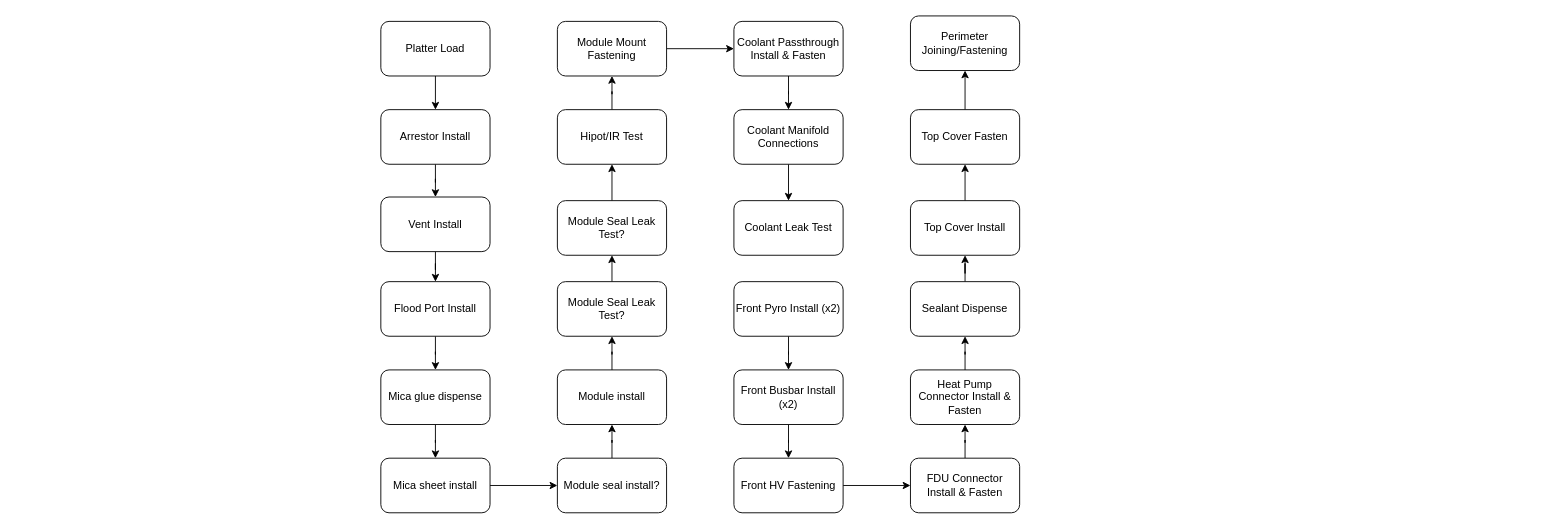
Earlier version of the draw.io diagram Untitled Diagram.drawio (benpmay24/Process_Diagrams). Source tidied: cells renumbered, new cells numbered last; positions are measured from the earlier drawing's top-left corner, leaving out a move shared by most shapes. Both pictures are drawn from the tidied source at 91%, with x=0, y=0 at pixel (380, 15).
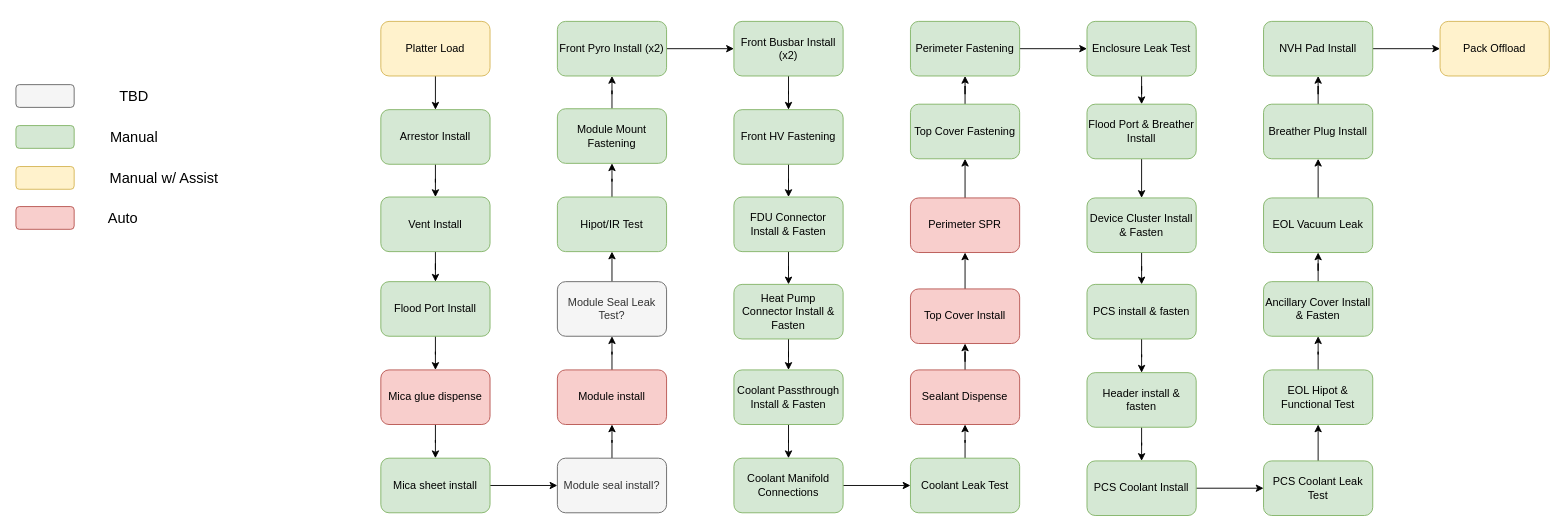
Above is the later version.

Change to the diagram source:
```diff
@@
-    <mxCell id="3" value="Platter Load" style="rounded=1;whiteSpace=wrap;html=1;" parent="1" vertex="1">
+    <mxCell id="3" value="Platter Load" style="rounded=1;whiteSpace=wrap;html=1;fillColor=#fff2cc;strokeColor=#d6b656;" parent="1" vertex="1">
       <mxGeometry y="6" width="120" height="60" as="geometry" />
     </mxCell>
@@
-    <mxCell id="5" value="Arrestor Install" style="rounded=1;whiteSpace=wrap;html=1;" parent="1" vertex="1">
+    <mxCell id="5" value="Arrestor Install" style="rounded=1;whiteSpace=wrap;html=1;fillColor=#d5e8d4;strokeColor=#82b366;" parent="1" vertex="1">
       <mxGeometry y="103" width="120" height="60" as="geometry" />
     </mxCell>
@@
-    <mxCell id="7" value="Vent Install" style="rounded=1;whiteSpace=wrap;html=1;" parent="1" vertex="1">
+    <mxCell id="7" value="Vent Install" style="rounded=1;whiteSpace=wrap;html=1;fillColor=#d5e8d4;strokeColor=#82b366;" parent="1" vertex="1">
       <mxGeometry y="199" width="120" height="60" as="geometry" />
     </mxCell>
@@
-    <mxCell id="9" value="Flood Port Install" style="rounded=1;whiteSpace=wrap;html=1;" parent="1" vertex="1">
+    <mxCell id="9" value="Flood Port Install" style="rounded=1;whiteSpace=wrap;html=1;fillColor=#d5e8d4;strokeColor=#82b366;" parent="1" vertex="1">
       <mxGeometry y="292" width="120" height="60" as="geometry" />
     </mxCell>
@@
-    <mxCell id="11" value="Mica glue dispense" style="rounded=1;whiteSpace=wrap;html=1;" parent="1" vertex="1">
+    <mxCell id="11" value="Mica glue dispense" style="rounded=1;whiteSpace=wrap;html=1;fillColor=#f8cecc;strokeColor=#b85450;" parent="1" vertex="1">
       <mxGeometry y="389" width="120" height="60" as="geometry" />
     </mxCell>
@@
-    <mxCell id="13" value="Mica sheet install" style="rounded=1;whiteSpace=wrap;html=1;" parent="1" vertex="1">
+    <mxCell id="13" value="Mica sheet install" style="rounded=1;whiteSpace=wrap;html=1;fillColor=#d5e8d4;strokeColor=#82b366;" parent="1" vertex="1">
       <mxGeometry y="486" width="120" height="60" as="geometry" />
     </mxCell>
@@
-    <mxCell id="15" value="Module seal install?" style="rounded=1;whiteSpace=wrap;html=1;" parent="1" vertex="1">
+    <mxCell id="15" value="Module seal install?" style="rounded=1;whiteSpace=wrap;html=1;fillColor=#f5f5f5;fontColor=#333333;strokeColor=#666666;" parent="1" vertex="1">
       <mxGeometry x="194" y="486" width="120" height="60" as="geometry" />
     </mxCell>
@@
-    <mxCell id="17" value="Module install" style="rounded=1;whiteSpace=wrap;html=1;" parent="1" vertex="1">
+    <mxCell id="17" value="Module install" style="rounded=1;whiteSpace=wrap;html=1;fillColor=#f8cecc;strokeColor=#b85450;" parent="1" vertex="1">
       <mxGeometry x="194" y="389" width="120" height="60" as="geometry" />
     </mxCell>
-    <mxCell id="18" style="edgeStyle=orthogonalEdgeStyle;rounded=0;jettySize=auto;html=1;" parent="1" edge="1" source="19" target="36">
-      <mxGeometry relative="1" as="geometry" />
-    </mxCell>
+    <mxCell id="48" style="edgeStyle=orthogonalEdgeStyle;rounded=0;jettySize=auto;html=1;" parent="1" edge="1" source="19" target="30">
+      <mxGeometry relative="1" as="geometry" />
+    </mxCell>
-    <mxCell id="19" value="Module Mount Fastening" style="rounded=1;whiteSpace=wrap;html=1;" parent="1" vertex="1">
-      <mxGeometry x="194" y="6" width="120" height="60" as="geometry" />
+    <mxCell id="19" value="Module Mount Fastening" style="rounded=1;whiteSpace=wrap;html=1;fillColor=#d5e8d4;strokeColor=#82b366;" parent="1" vertex="1">
+      <mxGeometry x="194" y="102" width="120" height="60" as="geometry" />
     </mxCell>
@@
-    <mxCell id="21" value="Coolant Manifold Connections" style="rounded=1;whiteSpace=wrap;html=1;" parent="1" vertex="1">
-      <mxGeometry x="388" y="103" width="120" height="60" as="geometry" />
+    <mxCell id="21" value="Coolant Manifold Connections" style="rounded=1;whiteSpace=wrap;html=1;fillColor=#d5e8d4;strokeColor=#82b366;" parent="1" vertex="1">
+      <mxGeometry x="388" y="486" width="120" height="60" as="geometry" />
     </mxCell>
-    <mxCell id="22" style="edgeStyle=orthogonalEdgeStyle;rounded=0;jettySize=auto;html=1;exitX=0.5;exitY=0;exitDx=0;exitDy=0;entryX=0.5;entryY=1;entryDx=0;entryDy=0;" parent="1" edge="1" source="23" target="25">
+    <mxCell id="22" style="edgeStyle=orthogonalEdgeStyle;rounded=0;jettySize=auto;html=1;exitX=0.5;exitY=0;exitDx=0;exitDy=0;entryX=0.5;entryY=1;entryDx=0;entryDy=0;" parent="1" edge="1" source="23" target="27">
       <mxGeometry relative="1" as="geometry" />
     </mxCell>
-    <mxCell id="23" value="Module Seal Leak Test?" style="rounded=1;whiteSpace=wrap;html=1;" parent="1" vertex="1">
+    <mxCell id="23" value="Module Seal Leak Test?" style="rounded=1;whiteSpace=wrap;html=1;fillColor=#f5f5f5;fontColor=#333333;strokeColor=#666666;" parent="1" vertex="1">
       <mxGeometry x="194" y="292" width="120" height="60" as="geometry" />
     </mxCell>
-    <mxCell id="24" style="edgeStyle=orthogonalEdgeStyle;rounded=0;jettySize=auto;html=1;" parent="1" edge="1" source="25" target="27">
-      <mxGeometry relative="1" as="geometry" />
-    </mxCell>
-    <mxCell id="25" value="Module Seal Leak Test?" style="rounded=1;whiteSpace=wrap;html=1;" parent="1" vertex="1">
-      <mxGeometry x="194" y="203" width="120" height="60" as="geometry" />
-    </mxCell>
@@
-    <mxCell id="27" value="Hipot/IR Test" style="rounded=1;whiteSpace=wrap;html=1;" parent="1" vertex="1">
-      <mxGeometry x="194" y="103" width="120" height="60" as="geometry" />
+    <mxCell id="27" value="Hipot/IR Test" style="rounded=1;whiteSpace=wrap;html=1;fillColor=#d5e8d4;strokeColor=#82b366;" parent="1" vertex="1">
+      <mxGeometry x="194" y="199" width="120" height="60" as="geometry" />
     </mxCell>
+    <mxCell id="49" style="edgeStyle=orthogonalEdgeStyle;rounded=0;jettySize=auto;html=1;" parent="1" edge="1" source="28" target="42">
+      <mxGeometry relative="1" as="geometry" />
+    </mxCell>
-    <mxCell id="28" value="Coolant Leak Test" style="rounded=1;whiteSpace=wrap;html=1;" parent="1" vertex="1">
-      <mxGeometry x="388" y="203" width="120" height="60" as="geometry" />
+    <mxCell id="28" value="Coolant Leak Test" style="rounded=1;whiteSpace=wrap;html=1;fillColor=#d5e8d4;strokeColor=#82b366;" parent="1" vertex="1">
+      <mxGeometry x="582" y="486" width="120" height="60" as="geometry" />
     </mxCell>
@@
-    <mxCell id="30" value="Front Pyro Install (x2)" style="rounded=1;whiteSpace=wrap;html=1;" parent="1" vertex="1">
-      <mxGeometry x="388" y="292" width="120" height="60" as="geometry" />
+    <mxCell id="30" value="Front Pyro Install (x2)" style="rounded=1;whiteSpace=wrap;html=1;fillColor=#d5e8d4;strokeColor=#82b366;" parent="1" vertex="1">
+      <mxGeometry x="194" y="6" width="120" height="60" as="geometry" />
     </mxCell>
@@
-    <mxCell id="32" value="Front Busbar Install (x2)" style="rounded=1;whiteSpace=wrap;html=1;" parent="1" vertex="1">
-      <mxGeometry x="388" y="389" width="120" height="60" as="geometry" />
+    <mxCell id="32" value="Front Busbar Install (x2)" style="rounded=1;whiteSpace=wrap;html=1;fillColor=#d5e8d4;strokeColor=#82b366;" parent="1" vertex="1">
+      <mxGeometry x="388" y="6" width="120" height="60" as="geometry" />
     </mxCell>
@@
-    <mxCell id="34" value="Front HV Fastening" style="rounded=1;whiteSpace=wrap;html=1;" parent="1" vertex="1">
-      <mxGeometry x="388" y="486" width="120" height="60" as="geometry" />
+    <mxCell id="34" value="Front HV Fastening" style="rounded=1;whiteSpace=wrap;html=1;fillColor=#d5e8d4;strokeColor=#82b366;" parent="1" vertex="1">
+      <mxGeometry x="388" y="103" width="120" height="60" as="geometry" />
     </mxCell>
@@
-    <mxCell id="36" value="Coolant Passthrough Install &amp;amp; Fasten" style="rounded=1;whiteSpace=wrap;html=1;" parent="1" vertex="1">
-      <mxGeometry x="388" y="6" width="120" height="60" as="geometry" />
+    <mxCell id="36" value="Coolant Passthrough Install &amp;amp; Fasten" style="rounded=1;whiteSpace=wrap;html=1;fillColor=#d5e8d4;strokeColor=#82b366;" parent="1" vertex="1">
+      <mxGeometry x="388" y="389" width="120" height="60" as="geometry" />
     </mxCell>
@@
-    <mxCell id="38" value="FDU Connector Install &amp;amp; Fasten" style="rounded=1;whiteSpace=wrap;html=1;flipV=0;flipH=1;direction=west;" parent="1" vertex="1">
-      <mxGeometry x="582" y="486" width="120" height="60" as="geometry" />
+    <mxCell id="38" value="FDU Connector Install &amp;amp; Fasten" style="rounded=1;whiteSpace=wrap;html=1;flipV=0;flipH=1;direction=west;fillColor=#d5e8d4;strokeColor=#82b366;" parent="1" vertex="1">
+      <mxGeometry x="388" y="199" width="120" height="60" as="geometry" />
     </mxCell>
-    <mxCell id="39" style="edgeStyle=orthogonalEdgeStyle;rounded=0;jettySize=auto;html=1;" parent="1" edge="1" source="40" target="42">
-      <mxGeometry relative="1" as="geometry" />
-    </mxCell>
+    <mxCell id="50" style="edgeStyle=orthogonalEdgeStyle;rounded=0;jettySize=auto;html=1;" parent="1" edge="1" source="40" target="36">
+      <mxGeometry relative="1" as="geometry" />
+    </mxCell>
-    <mxCell id="40" value="Heat Pump Connector Install &amp;amp; Fasten" style="rounded=1;whiteSpace=wrap;html=1;flipV=0;flipH=1;direction=west;" parent="1" vertex="1">
-      <mxGeometry x="582" y="389" width="120" height="60" as="geometry" />
+    <mxCell id="40" value="Heat Pump Connector Install &amp;amp; Fasten" style="rounded=1;whiteSpace=wrap;html=1;flipV=0;flipH=1;direction=west;fillColor=#d5e8d4;strokeColor=#82b366;" parent="1" vertex="1">
+      <mxGeometry x="388" y="295" width="120" height="60" as="geometry" />
     </mxCell>
@@
-    <mxCell id="42" value="Sealant Dispense" style="rounded=1;whiteSpace=wrap;html=1;flipV=0;flipH=1;direction=west;" parent="1" vertex="1">
-      <mxGeometry x="582" y="292" width="120" height="60" as="geometry" />
+    <mxCell id="42" value="Sealant Dispense" style="rounded=1;whiteSpace=wrap;html=1;flipV=0;flipH=1;direction=west;fillColor=#f8cecc;strokeColor=#b85450;" parent="1" vertex="1">
+      <mxGeometry x="582" y="389" width="120" height="60" as="geometry" />
     </mxCell>
@@
-    <mxCell id="44" value="Top Cover Install" style="rounded=1;whiteSpace=wrap;html=1;flipV=0;flipH=1;direction=west;" parent="1" vertex="1">
-      <mxGeometry x="582" y="203" width="120" height="60" as="geometry" />
+    <mxCell id="44" value="Top Cover Install" style="rounded=1;whiteSpace=wrap;html=1;flipV=0;flipH=1;direction=west;fillColor=#f8cecc;strokeColor=#b85450;" parent="1" vertex="1">
+      <mxGeometry x="582" y="300" width="120" height="60" as="geometry" />
     </mxCell>
@@
-    <mxCell id="46" value="Top Cover Fasten" style="rounded=1;whiteSpace=wrap;html=1;flipV=0;flipH=1;direction=west;" parent="1" vertex="1">
-      <mxGeometry x="582" y="103" width="120" height="60" as="geometry" />
+    <mxCell id="46" value="Perimeter SPR" style="rounded=1;whiteSpace=wrap;html=1;flipV=0;flipH=1;direction=west;fillColor=#f8cecc;strokeColor=#b85450;" parent="1" vertex="1">
+      <mxGeometry x="582" y="200" width="120" height="60" as="geometry" />
     </mxCell>
+    <mxCell id="51" style="edgeStyle=orthogonalEdgeStyle;rounded=0;jettySize=auto;html=1;" parent="1" edge="1" source="47" target="61">
+      <mxGeometry relative="1" as="geometry" />
+    </mxCell>
-    <mxCell id="47" value="Perimeter Joining/Fastening" style="rounded=1;whiteSpace=wrap;html=1;flipV=0;flipH=1;direction=west;" parent="1" vertex="1">
-      <mxGeometry x="582" width="120" height="60" as="geometry" />
+    <mxCell id="47" value="Top Cover Fastening" style="rounded=1;whiteSpace=wrap;html=1;flipV=0;flipH=1;direction=west;fillColor=#d5e8d4;strokeColor=#82b366;" parent="1" vertex="1">
+      <mxGeometry x="582" y="97" width="120" height="60" as="geometry" />
     </mxCell>
+    <mxCell id="52" style="rounded=1;whiteSpace=wrap;html=1;fillColor=#f8cecc;strokeColor=#b85450;" parent="1" vertex="1">
+      <mxGeometry x="-401" y="209.5" width="64" height="25" as="geometry" />
+    </mxCell>
+    <mxCell id="53" value="&lt;font style=&quot;font-size: 16px;&quot;&gt;Auto&amp;nbsp;&lt;/font&gt;" style="text;html=1;align=center;verticalAlign=middle;whiteSpace=wrap;rounded=0;" parent="1" vertex="1">
+      <mxGeometry x="-311" y="207" width="60" height="30" as="geometry" />
+    </mxCell>
+    <mxCell id="54" style="rounded=1;whiteSpace=wrap;html=1;fillColor=#fff2cc;strokeColor=#d6b656;" parent="1" vertex="1">
+      <mxGeometry x="-401" y="165.5" width="64" height="25" as="geometry" />
+    </mxCell>
+    <mxCell id="55" value="&lt;span style=&quot;font-size: 16px;&quot;&gt;Manual w/ Assist&lt;/span&gt;" style="text;html=1;align=center;verticalAlign=middle;whiteSpace=wrap;rounded=0;" parent="1" vertex="1">
+      <mxGeometry x="-311" y="163" width="146" height="30" as="geometry" />
+    </mxCell>
+    <mxCell id="56" style="rounded=1;whiteSpace=wrap;html=1;fillColor=#d5e8d4;strokeColor=#82b366;" parent="1" vertex="1">
+      <mxGeometry x="-401" y="120.5" width="64" height="25" as="geometry" />
+    </mxCell>
+    <mxCell id="57" value="&lt;span style=&quot;font-size: 16px;&quot;&gt;Manual&lt;/span&gt;" style="text;html=1;align=center;verticalAlign=middle;whiteSpace=wrap;rounded=0;" parent="1" vertex="1">
+      <mxGeometry x="-344" y="118" width="146" height="30" as="geometry" />
+    </mxCell>
+    <mxCell id="58" style="rounded=1;whiteSpace=wrap;html=1;fillColor=#f5f5f5;strokeColor=#666666;fontColor=#333333;" parent="1" vertex="1">
+      <mxGeometry x="-401" y="75.5" width="64" height="25" as="geometry" />
+    </mxCell>
+    <mxCell id="59" value="&lt;span style=&quot;font-size: 16px;&quot;&gt;TBD&lt;/span&gt;" style="text;html=1;align=center;verticalAlign=middle;whiteSpace=wrap;rounded=0;" parent="1" vertex="1">
+      <mxGeometry x="-344" y="73" width="146" height="30" as="geometry" />
+    </mxCell>
+    <mxCell id="60" style="edgeStyle=orthogonalEdgeStyle;rounded=0;jettySize=auto;html=1;" parent="1" edge="1" source="61" target="63">
+      <mxGeometry relative="1" as="geometry" />
+    </mxCell>
+    <mxCell id="61" value="Perimeter Fastening" style="rounded=1;whiteSpace=wrap;html=1;flipV=0;flipH=1;direction=west;fillColor=#d5e8d4;strokeColor=#82b366;" parent="1" vertex="1">
+      <mxGeometry x="582" y="6" width="120" height="60" as="geometry" />
+    </mxCell>
+    <mxCell id="62" style="edgeStyle=orthogonalEdgeStyle;rounded=0;jettySize=auto;html=1;" parent="1" edge="1" source="63" target="65">
+      <mxGeometry relative="1" as="geometry" />
+    </mxCell>
+    <mxCell id="63" value="Enclosure Leak Test" style="rounded=1;whiteSpace=wrap;html=1;flipV=0;flipH=1;direction=west;fillColor=#d5e8d4;strokeColor=#82b366;" parent="1" vertex="1">
+      <mxGeometry x="776" y="6" width="120" height="60" as="geometry" />
+    </mxCell>
+    <mxCell id="64" style="edgeStyle=orthogonalEdgeStyle;rounded=0;jettySize=auto;html=1;" parent="1" edge="1" source="65" target="67">
+      <mxGeometry relative="1" as="geometry" />
+    </mxCell>
+    <mxCell id="65" value="Flood Port &amp;amp; Breather Install" style="rounded=1;whiteSpace=wrap;html=1;flipV=0;flipH=1;direction=west;fillColor=#d5e8d4;strokeColor=#82b366;" parent="1" vertex="1">
+      <mxGeometry x="776" y="97" width="120" height="60" as="geometry" />
+    </mxCell>
+    <mxCell id="66" style="edgeStyle=orthogonalEdgeStyle;rounded=0;jettySize=auto;html=1;" parent="1" edge="1" source="67" target="69">
+      <mxGeometry relative="1" as="geometry" />
+    </mxCell>
+    <mxCell id="67" value="Device Cluster Install &amp;amp; Fasten" style="rounded=1;whiteSpace=wrap;html=1;flipV=0;flipH=1;direction=west;fillColor=#d5e8d4;strokeColor=#82b366;" parent="1" vertex="1">
+      <mxGeometry x="776" y="200" width="120" height="60" as="geometry" />
+    </mxCell>
+    <mxCell id="68" style="edgeStyle=orthogonalEdgeStyle;rounded=0;jettySize=auto;html=1;" parent="1" edge="1" source="69" target="71">
+      <mxGeometry relative="1" as="geometry" />
+    </mxCell>
+    <mxCell id="69" value="PCS install &amp;amp; fasten" style="rounded=1;whiteSpace=wrap;html=1;flipV=0;flipH=1;direction=west;fillColor=#d5e8d4;strokeColor=#82b366;" parent="1" vertex="1">
+      <mxGeometry x="776" y="295" width="120" height="60" as="geometry" />
+    </mxCell>
+    <mxCell id="70" style="edgeStyle=orthogonalEdgeStyle;rounded=0;jettySize=auto;html=1;" parent="1" edge="1" source="71" target="73">
+      <mxGeometry relative="1" as="geometry" />
+    </mxCell>
+    <mxCell id="71" value="Header install &amp;amp; fasten" style="rounded=1;whiteSpace=wrap;html=1;flipV=0;flipH=1;direction=west;fillColor=#d5e8d4;strokeColor=#82b366;" parent="1" vertex="1">
+      <mxGeometry x="776" y="392" width="120" height="60" as="geometry" />
+    </mxCell>
+    <mxCell id="72" style="edgeStyle=orthogonalEdgeStyle;rounded=0;jettySize=auto;html=1;" parent="1" edge="1" source="73" target="75">
+      <mxGeometry relative="1" as="geometry" />
+    </mxCell>
+    <mxCell id="73" value="PCS Coolant Install" style="rounded=1;whiteSpace=wrap;html=1;flipV=0;flipH=1;direction=west;fillColor=#d5e8d4;strokeColor=#82b366;" parent="1" vertex="1">
+      <mxGeometry x="776" y="489" width="120" height="60" as="geometry" />
+    </mxCell>
+    <mxCell id="74" style="edgeStyle=orthogonalEdgeStyle;rounded=0;jettySize=auto;html=1;" parent="1" edge="1" source="75" target="79">
+      <mxGeometry relative="1" as="geometry" />
+    </mxCell>
+    <mxCell id="75" value="PCS Coolant Leak Test" style="rounded=1;whiteSpace=wrap;html=1;flipV=0;flipH=1;direction=west;fillColor=#d5e8d4;strokeColor=#82b366;" parent="1" vertex="1">
+      <mxGeometry x="970" y="489" width="120" height="60" as="geometry" />
+    </mxCell>
+    <mxCell id="76" style="edgeStyle=orthogonalEdgeStyle;rounded=0;jettySize=auto;html=1;" parent="1" edge="1" source="77" target="81">
+      <mxGeometry relative="1" as="geometry" />
+    </mxCell>
+    <mxCell id="77" value="Ancillary Cover Install &amp;amp; Fasten" style="rounded=1;whiteSpace=wrap;html=1;flipV=0;flipH=1;direction=west;fillColor=#d5e8d4;strokeColor=#82b366;" parent="1" vertex="1">
+      <mxGeometry x="970" y="292" width="120" height="60" as="geometry" />
+    </mxCell>
+    <mxCell id="78" style="edgeStyle=orthogonalEdgeStyle;rounded=0;jettySize=auto;html=1;" parent="1" edge="1" source="79" target="77">
+      <mxGeometry relative="1" as="geometry" />
+    </mxCell>
+    <mxCell id="79" value="EOL Hipot &amp;amp; Functional Test" style="rounded=1;whiteSpace=wrap;html=1;flipV=0;flipH=1;direction=west;fillColor=#d5e8d4;strokeColor=#82b366;" parent="1" vertex="1">
+      <mxGeometry x="970" y="389" width="120" height="60" as="geometry" />
+    </mxCell>
+    <mxCell id="80" style="edgeStyle=orthogonalEdgeStyle;rounded=0;jettySize=auto;html=1;" parent="1" edge="1" source="81" target="83">
+      <mxGeometry relative="1" as="geometry" />
+    </mxCell>
+    <mxCell id="81" value="EOL Vacuum Leak" style="rounded=1;whiteSpace=wrap;html=1;flipV=0;flipH=1;direction=west;fillColor=#d5e8d4;strokeColor=#82b366;" parent="1" vertex="1">
+      <mxGeometry x="970" y="200" width="120" height="60" as="geometry" />
+    </mxCell>
+    <mxCell id="82" style="edgeStyle=orthogonalEdgeStyle;rounded=0;jettySize=auto;html=1;" parent="1" edge="1" source="83" target="85">
+      <mxGeometry relative="1" as="geometry" />
+    </mxCell>
+    <mxCell id="83" value="Breather Plug Install" style="rounded=1;whiteSpace=wrap;html=1;flipV=0;flipH=1;direction=west;fillColor=#d5e8d4;strokeColor=#82b366;" parent="1" vertex="1">
+      <mxGeometry x="970" y="97" width="120" height="60" as="geometry" />
+    </mxCell>
+    <mxCell id="84" style="edgeStyle=orthogonalEdgeStyle;rounded=0;jettySize=auto;html=1;" parent="1" edge="1" source="85" target="86">
+      <mxGeometry relative="1" as="geometry" />
+    </mxCell>
+    <mxCell id="85" value="NVH Pad Install" style="rounded=1;whiteSpace=wrap;html=1;flipV=0;flipH=1;direction=west;fillColor=#d5e8d4;strokeColor=#82b366;" parent="1" vertex="1">
+      <mxGeometry x="970" y="6" width="120" height="60" as="geometry" />
+    </mxCell>
+    <mxCell id="86" value="Pack Offload" style="rounded=1;whiteSpace=wrap;html=1;flipV=0;flipH=1;direction=west;fillColor=#fff2cc;strokeColor=#d6b656;" parent="1" vertex="1">
+      <mxGeometry x="1164" y="6" width="120" height="60" as="geometry" />
+    </mxCell>
```
